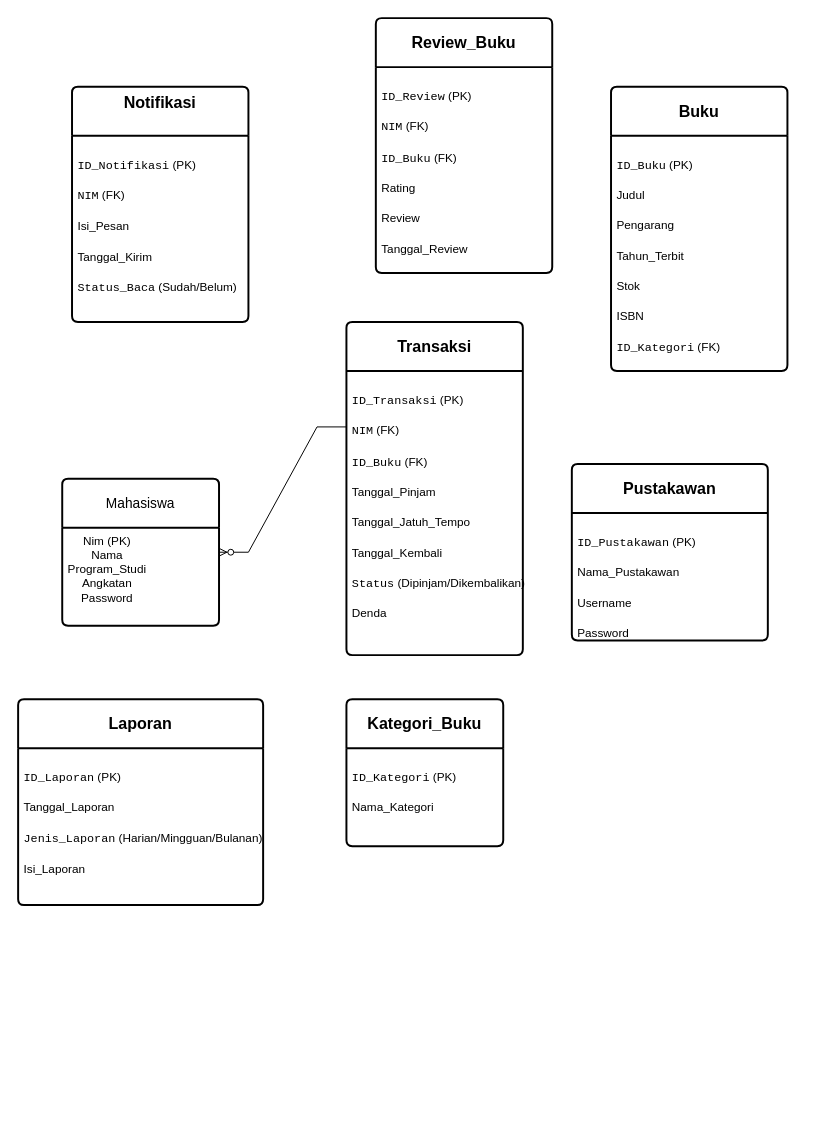
Before: Untitled Diagram.drawio in YayangSahidan/yayangsahidan, a draw.io diagram. Source tidied: cells renumbered, new cells numbered last; positions are measured from the earlier drawing's top-left corner, leaving out a move shared by most shapes. Both pictures are drawn from the tidied source at 98%, with x=0, y=0 at pixel (18, 18).
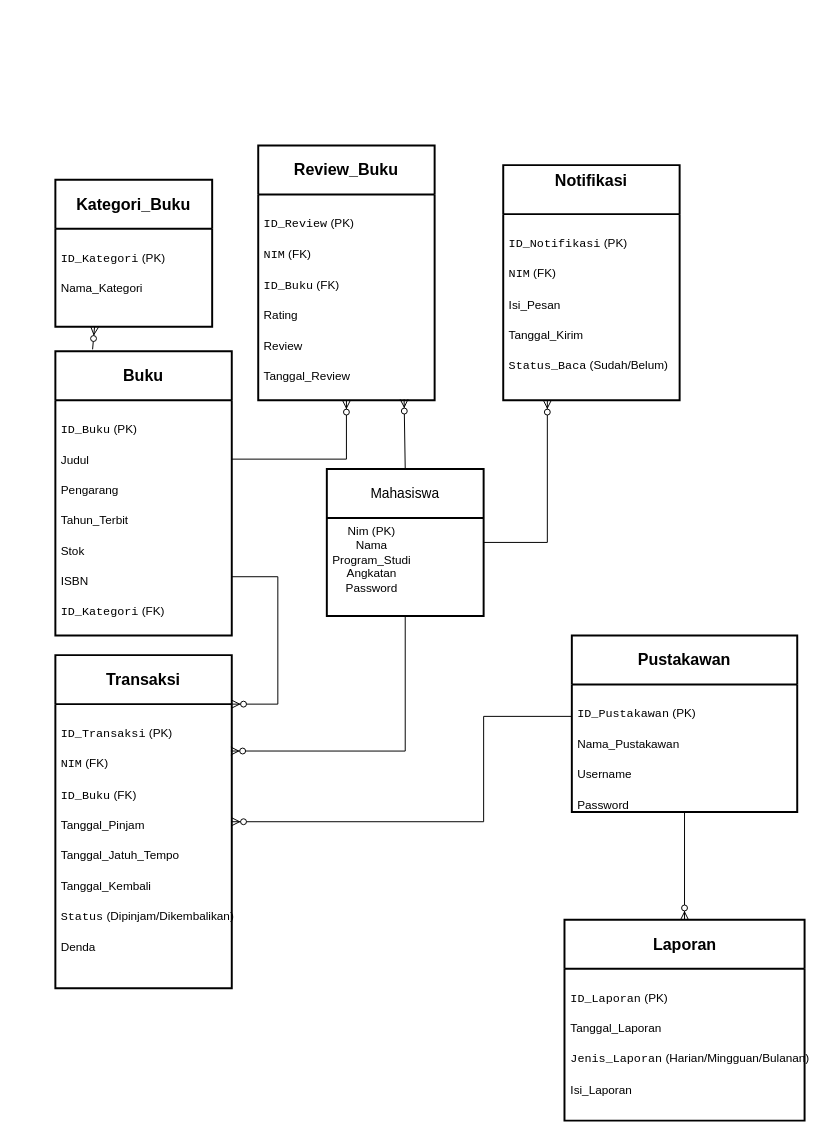
Above is the later version.

Commit message:
tugas RPL ERD.drawio

The change refers to these unchanged cells:
```xml
<mxCell id="3" value="&lt;div style=&quot;text-align: center;&quot;&gt;&lt;span style=&quot;text-align: start;&quot;&gt;Nim (PK)&lt;/span&gt;&lt;/div&gt;&lt;div style=&quot;text-align: center;&quot;&gt;&lt;span style=&quot;text-align: start;&quot;&gt;Nama&lt;/span&gt;&lt;/div&gt;&lt;div style=&quot;text-align: center;&quot;&gt;&lt;span style=&quot;text-align: start;&quot;&gt;Program_Studi&lt;/span&gt;&lt;/div&gt;&lt;div style=&quot;text-align: center;&quot;&gt;&lt;span style=&quot;text-align: start;&quot;&gt;Angkatan&lt;/span&gt;&lt;/div&gt;&lt;div style=&quot;text-align: center;&quot;&gt;&lt;span style=&quot;text-align: start;&quot;&gt;Password&lt;/span&gt;&lt;/div&gt;" style="align=left;strokeColor=none;fillColor=none;spacingLeft=4;spacingRight=4;fontSize=12;verticalAlign=top;html=1;whiteSpace=wrap;" parent="2" vertex="1">
  <mxGeometry y="50" width="160" height="100" as="geometry" />
</mxCell>
<mxCell id="7" value="&lt;div style=&quot;text-align: center;&quot;&gt;&lt;h3 style=&quot;text-align: start;&quot; class=&quot;&quot;&gt;&lt;code style=&quot;font-size: 12px; font-weight: normal;&quot;&gt;ID_Transaksi&lt;/code&gt;&lt;span style=&quot;font-size: 12px; font-weight: normal;&quot;&gt;&amp;nbsp;(PK)&lt;/span&gt;&lt;br&gt;&lt;/h3&gt;&lt;h3 style=&quot;text-align: start;&quot; class=&quot;&quot;&gt;&lt;code style=&quot;font-size: 12px; font-weight: normal;&quot;&gt;NIM&lt;/code&gt;&lt;span style=&quot;font-size: 12px; font-weight: normal;&quot;&gt;&amp;nbsp;(FK)&lt;/span&gt;&lt;/h3&gt;&lt;h3 style=&quot;text-align: start;&quot; class=&quot;&quot;&gt;&lt;code style=&quot;font-size: 12px; font-weight: normal;&quot;&gt;ID_Buku&lt;/code&gt;&lt;span style=&quot;font-size: 12px; font-weight: normal;&quot;&gt;&amp;nbsp;(FK)&lt;/span&gt;&lt;/h3&gt;&lt;h3 style=&quot;text-align: start;&quot; class=&quot;&quot;&gt;&lt;span style=&quot;font-size: 12px; font-weight: normal;&quot;&gt;Tanggal_Pinjam&lt;/span&gt;&lt;/h3&gt;&lt;h3 style=&quot;text-align: start;&quot; class=&quot;&quot;&gt;&lt;span style=&quot;font-size: 12px; font-weight: normal;&quot;&gt;Tanggal_Jatuh_Tempo&lt;/span&gt;&lt;/h3&gt;&lt;h3 style=&quot;text-align: start;&quot; class=&quot;&quot;&gt;&lt;span style=&quot;font-size: 12px; font-weight: normal;&quot;&gt;Tanggal_Kembali&lt;/span&gt;&lt;/h3&gt;&lt;h3 style=&quot;text-align: start;&quot; class=&quot;&quot;&gt;&lt;code style=&quot;font-size: 12px; font-weight: normal;&quot;&gt;Status&lt;/code&gt;&lt;span style=&quot;font-size: 12px; font-weight: normal;&quot;&gt;&amp;nbsp;(Dipinjam/Dikembalikan)&lt;/span&gt;&lt;/h3&gt;&lt;h3 style=&quot;text-align: start;&quot; class=&quot;&quot;&gt;&lt;span style=&quot;font-size: 12px; font-weight: normal;&quot;&gt;Denda&lt;/span&gt;&lt;/h3&gt;&lt;/div&gt;" style="align=left;strokeColor=none;fillColor=none;spacingLeft=4;spacingRight=4;fontSize=12;verticalAlign=top;html=1;whiteSpace=wrap;" parent="6" vertex="1">
  <mxGeometry y="50" width="180" height="290" as="geometry" />
</mxCell>
<mxCell id="11" value="&lt;div style=&quot;text-align: center;&quot;&gt;&lt;h3 style=&quot;text-align: start;&quot; class=&quot;&quot;&gt;&lt;code style=&quot;font-weight: 400; font-size: 12px;&quot;&gt;ID_Review&lt;/code&gt;&lt;span style=&quot;font-weight: 400; font-size: 12px;&quot;&gt;&amp;nbsp;&lt;/span&gt;&lt;span style=&quot;font-weight: 400; font-size: 12px;&quot;&gt;(PK)&lt;/span&gt;&lt;br&gt;&lt;/h3&gt;&lt;h3 style=&quot;text-align: start;&quot; class=&quot;&quot;&gt;&lt;code style=&quot;font-weight: 400; font-size: 12px;&quot;&gt;NIM&lt;/code&gt;&lt;span style=&quot;font-weight: 400; font-size: 12px;&quot;&gt;&amp;nbsp;&lt;/span&gt;&lt;span style=&quot;font-weight: 400; font-size: 12px;&quot;&gt;(FK)&lt;/span&gt;&lt;/h3&gt;&lt;h3 style=&quot;text-align: start;&quot; class=&quot;&quot;&gt;&lt;code style=&quot;font-weight: 400; font-size: 12px;&quot;&gt;ID_Buku&lt;/code&gt;&lt;span style=&quot;font-weight: 400; font-size: 12px;&quot;&gt;&amp;nbsp;&lt;/span&gt;&lt;span style=&quot;font-weight: 400; font-size: 12px;&quot;&gt;(FK)&lt;/span&gt;&lt;/h3&gt;&lt;h3 style=&quot;text-align: start;&quot; class=&quot;&quot;&gt;&lt;span style=&quot;font-weight: 400; font-size: 12px;&quot;&gt;Rating&lt;/span&gt;&lt;/h3&gt;&lt;h3 style=&quot;text-align: start;&quot; class=&quot;&quot;&gt;&lt;span style=&quot;font-weight: 400; font-size: 12px;&quot;&gt;Review&lt;/span&gt;&lt;/h3&gt;&lt;h3 style=&quot;text-align: start;&quot; class=&quot;&quot;&gt;&lt;span style=&quot;font-weight: 400; font-size: 12px;&quot;&gt;Tanggal_Review&lt;/span&gt;&lt;/h3&gt;&lt;/div&gt;" style="align=left;strokeColor=none;fillColor=none;spacingLeft=4;spacingRight=4;fontSize=12;verticalAlign=top;html=1;whiteSpace=wrap;" parent="10" vertex="1">
  <mxGeometry y="50" width="180" height="210" as="geometry" />
</mxCell>
<mxCell id="13" value="&lt;div style=&quot;text-align: center;&quot;&gt;&lt;h3 style=&quot;text-align: start;&quot; class=&quot;&quot;&gt;&lt;code style=&quot;font-size: 12px; font-weight: normal;&quot;&gt;ID_Buku&lt;/code&gt;&lt;span style=&quot;font-size: 12px; font-weight: normal;&quot;&gt;&amp;nbsp;&lt;/span&gt;&lt;span style=&quot;font-size: 12px; font-weight: normal;&quot;&gt;(PK)&lt;/span&gt;&lt;/h3&gt;&lt;h3 style=&quot;text-align: start;&quot; class=&quot;&quot;&gt;&lt;span style=&quot;font-size: 12px; font-weight: normal;&quot;&gt;Judul&lt;/span&gt;&lt;/h3&gt;&lt;h3 style=&quot;text-align: start;&quot; class=&quot;&quot;&gt;&lt;span style=&quot;font-size: 12px; font-weight: normal;&quot;&gt;Pengarang&lt;/span&gt;&lt;/h3&gt;&lt;h3 style=&quot;text-align: start;&quot; class=&quot;&quot;&gt;&lt;span style=&quot;font-size: 12px; font-weight: normal;&quot;&gt;Tahun_Terbit&lt;/span&gt;&lt;/h3&gt;&lt;h3 style=&quot;text-align: start;&quot; class=&quot;&quot;&gt;&lt;span style=&quot;font-size: 12px; font-weight: normal;&quot;&gt;Stok&lt;/span&gt;&lt;/h3&gt;&lt;h3 style=&quot;text-align: start;&quot; class=&quot;&quot;&gt;&lt;span style=&quot;font-size: 12px; font-weight: normal;&quot;&gt;ISBN&lt;/span&gt;&lt;/h3&gt;&lt;h3 style=&quot;text-align: start;&quot; class=&quot;&quot;&gt;&lt;code style=&quot;font-size: 12px; font-weight: normal;&quot;&gt;ID_Kategori&lt;/code&gt;&lt;span style=&quot;font-size: 12px; font-weight: normal;&quot;&gt;&amp;nbsp;(FK)&lt;/span&gt;&lt;/h3&gt;&lt;/div&gt;" style="align=left;strokeColor=none;fillColor=none;spacingLeft=4;spacingRight=4;fontSize=12;verticalAlign=top;html=1;whiteSpace=wrap;" parent="12" vertex="1">
  <mxGeometry y="50" width="180" height="240" as="geometry" />
</mxCell>
```

Change to the diagram source:
```diff
@@
-    <mxCell id="2" value="Mahasiswa" style="swimlane;horizontal=1;startSize=50;rounded=1;fontSize=14;fontStyle=0;strokeWidth=2;shadow=0;dashed=0;align=center;arcSize=4;whiteSpace=wrap;html=1;" parent="1" vertex="1">
-      <mxGeometry x="45" y="470" width="160" height="150" as="geometry" />
+    <mxCell id="2" value="Mahasiswa" style="swimlane;horizontal=1;startSize=50;rounded=1;fontSize=14;fontStyle=0;strokeWidth=2;shadow=0;dashed=0;align=center;arcSize=0;whiteSpace=wrap;html=1;" parent="1" vertex="1">
+      <mxGeometry x="315" y="460" width="160" height="150" as="geometry" />
     </mxCell>
@@
-    <mxCell id="4" value="&lt;h3 style=&quot;text-align: start;&quot; class=&quot;&quot;&gt;&lt;strong&gt;Notifikasi&lt;/strong&gt;&lt;/h3&gt;&lt;div&gt;&lt;strong&gt;&lt;br&gt;&lt;/strong&gt;&lt;/div&gt;" style="swimlane;horizontal=1;startSize=50;rounded=1;fontSize=14;fontStyle=0;strokeWidth=2;shadow=0;dashed=0;align=center;arcSize=4;whiteSpace=wrap;html=1;" parent="1" vertex="1">
-      <mxGeometry x="55" y="70" width="180" height="240" as="geometry" />
+    <mxCell id="4" value="&lt;h3 style=&quot;text-align: start;&quot; class=&quot;&quot;&gt;&lt;strong&gt;Notifikasi&lt;/strong&gt;&lt;/h3&gt;&lt;div&gt;&lt;strong&gt;&lt;br&gt;&lt;/strong&gt;&lt;/div&gt;" style="swimlane;horizontal=1;startSize=50;rounded=1;fontSize=14;fontStyle=0;strokeWidth=2;shadow=0;dashed=0;align=center;arcSize=0;whiteSpace=wrap;html=1;" parent="1" vertex="1">
+      <mxGeometry x="495" y="150" width="180" height="240" as="geometry" />
     </mxCell>
@@
-    <mxCell id="6" value="&lt;h3 style=&quot;text-align: start;&quot; class=&quot;&quot;&gt;&lt;strong&gt;Transaksi&lt;/strong&gt;&lt;/h3&gt;" style="swimlane;horizontal=1;startSize=50;rounded=1;fontSize=14;fontStyle=0;strokeWidth=2;shadow=0;dashed=0;align=center;arcSize=4;whiteSpace=wrap;html=1;" parent="1" vertex="1">
-      <mxGeometry x="335" y="310" width="180" height="340" as="geometry" />
+    <mxCell id="6" value="&lt;h3 style=&quot;text-align: start;&quot; class=&quot;&quot;&gt;&lt;strong&gt;Transaksi&lt;/strong&gt;&lt;/h3&gt;" style="swimlane;horizontal=1;startSize=50;rounded=1;fontSize=14;fontStyle=0;strokeWidth=2;shadow=0;dashed=0;align=center;arcSize=0;whiteSpace=wrap;html=1;" parent="1" vertex="1">
+      <mxGeometry x="38" y="650" width="180" height="340" as="geometry" />
     </mxCell>
@@
-    <mxCell id="8" value="&lt;h3 style=&quot;text-align: start;&quot; class=&quot;&quot;&gt;&lt;strong&gt;Kategori_Buku&lt;/strong&gt;&lt;/h3&gt;" style="swimlane;horizontal=1;startSize=50;rounded=1;fontSize=14;fontStyle=0;strokeWidth=2;shadow=0;dashed=0;align=center;arcSize=4;whiteSpace=wrap;html=1;" parent="1" vertex="1">
-      <mxGeometry x="335" y="695" width="160" height="150" as="geometry" />
+    <mxCell id="8" value="&lt;h3 style=&quot;text-align: start;&quot; class=&quot;&quot;&gt;&lt;strong&gt;Kategori_Buku&lt;/strong&gt;&lt;/h3&gt;" style="swimlane;horizontal=1;startSize=50;rounded=1;fontSize=14;fontStyle=0;strokeWidth=2;shadow=0;dashed=0;align=center;arcSize=0;whiteSpace=wrap;html=1;" parent="1" vertex="1">
+      <mxGeometry x="38" y="165" width="160" height="150" as="geometry" />
     </mxCell>
@@
-    <mxCell id="10" value="&lt;h3 style=&quot;text-align: start;&quot; class=&quot;&quot;&gt;&lt;strong&gt;Review_Buku&lt;/strong&gt;&lt;/h3&gt;" style="swimlane;horizontal=1;startSize=50;rounded=1;fontSize=14;fontStyle=0;strokeWidth=2;shadow=0;dashed=0;align=center;arcSize=4;whiteSpace=wrap;html=1;" parent="1" vertex="1">
-      <mxGeometry x="365" width="180" height="260" as="geometry" />
+    <mxCell id="10" value="&lt;h3 style=&quot;text-align: start;&quot; class=&quot;&quot;&gt;&lt;strong&gt;Review_Buku&lt;/strong&gt;&lt;/h3&gt;" style="swimlane;horizontal=1;startSize=50;rounded=1;fontSize=14;fontStyle=0;strokeWidth=2;shadow=0;dashed=0;align=center;arcSize=0;whiteSpace=wrap;html=1;" parent="1" vertex="1">
+      <mxGeometry x="245" y="130" width="180" height="260" as="geometry" />
     </mxCell>
@@
-    <mxCell id="12" value="&lt;h3 style=&quot;text-align: start;&quot; class=&quot;&quot;&gt;&lt;strong&gt;Buku&lt;/strong&gt;&lt;/h3&gt;" style="swimlane;horizontal=1;startSize=50;rounded=1;fontSize=14;fontStyle=0;strokeWidth=2;shadow=0;dashed=0;align=center;arcSize=4;whiteSpace=wrap;html=1;" parent="1" vertex="1">
-      <mxGeometry x="605" y="70" width="180" height="290" as="geometry" />
+    <mxCell id="12" value="&lt;h3 style=&quot;text-align: start;&quot; class=&quot;&quot;&gt;&lt;strong&gt;Buku&lt;/strong&gt;&lt;/h3&gt;" style="swimlane;horizontal=1;startSize=50;rounded=1;fontSize=14;fontStyle=0;strokeWidth=2;shadow=0;dashed=0;align=center;arcSize=0;whiteSpace=wrap;html=1;" parent="1" vertex="1">
+      <mxGeometry x="38" y="340" width="180" height="290" as="geometry" />
     </mxCell>
@@
-    <mxCell id="14" value="&lt;h3 style=&quot;text-align: start;&quot; class=&quot;&quot;&gt;&lt;strong&gt;Pustakawan&lt;/strong&gt;&lt;/h3&gt;" style="swimlane;horizontal=1;startSize=50;rounded=1;fontSize=14;fontStyle=0;strokeWidth=2;shadow=0;dashed=0;align=center;arcSize=4;whiteSpace=wrap;html=1;" parent="1" vertex="1">
-      <mxGeometry x="565" y="455" width="200" height="180" as="geometry" />
+    <mxCell id="14" value="&lt;h3 style=&quot;text-align: start;&quot; class=&quot;&quot;&gt;&lt;strong&gt;Pustakawan&lt;/strong&gt;&lt;/h3&gt;" style="swimlane;horizontal=1;startSize=50;rounded=1;fontSize=14;fontStyle=0;strokeWidth=2;shadow=0;dashed=0;align=center;arcSize=0;whiteSpace=wrap;html=1;" parent="1" vertex="1">
+      <mxGeometry x="565" y="630" width="230" height="180" as="geometry" />
     </mxCell>
     <mxCell id="15" value="&lt;div style=&quot;text-align: center;&quot;&gt;&lt;h3 style=&quot;text-align: start;&quot; class=&quot;&quot;&gt;&lt;code style=&quot;font-size: 12px; font-weight: normal;&quot;&gt;ID_Pustakawan&lt;/code&gt;&lt;span style=&quot;font-size: 12px; font-weight: normal;&quot;&gt;&amp;nbsp;(PK)&lt;/span&gt;&lt;br&gt;&lt;/h3&gt;&lt;h3 style=&quot;text-align: start;&quot; class=&quot;&quot;&gt;&lt;span style=&quot;font-size: 12px; font-weight: normal;&quot;&gt;Nama_Pustakawan&lt;/span&gt;&lt;/h3&gt;&lt;h3 style=&quot;text-align: start;&quot; class=&quot;&quot;&gt;&lt;span style=&quot;font-size: 12px; font-weight: normal;&quot;&gt;Username&lt;/span&gt;&lt;/h3&gt;&lt;h3 style=&quot;text-align: start;&quot; class=&quot;&quot;&gt;&lt;span style=&quot;font-size: 12px; font-weight: normal;&quot;&gt;Password&lt;/span&gt;&lt;/h3&gt;&lt;/div&gt;" style="align=left;strokeColor=none;fillColor=none;spacingLeft=4;spacingRight=4;fontSize=12;verticalAlign=top;html=1;whiteSpace=wrap;" parent="14" vertex="1">
-      <mxGeometry y="50" width="200" height="130" as="geometry" />
+      <mxGeometry y="50" width="230" height="130" as="geometry" />
     </mxCell>
-    <mxCell id="16" value="&lt;h3 style=&quot;text-align: start;&quot; class=&quot;&quot;&gt;&lt;strong&gt;Laporan&lt;/strong&gt;&lt;/h3&gt;" style="swimlane;horizontal=1;startSize=50;rounded=1;fontSize=14;fontStyle=0;strokeWidth=2;shadow=0;dashed=0;align=center;arcSize=4;whiteSpace=wrap;html=1;" parent="1" vertex="1">
-      <mxGeometry y="695" width="250" height="210" as="geometry" />
+    <mxCell id="16" value="&lt;h3 style=&quot;text-align: start;&quot; class=&quot;&quot;&gt;&lt;strong&gt;Laporan&lt;/strong&gt;&lt;/h3&gt;" style="swimlane;horizontal=1;startSize=50;rounded=1;fontSize=14;fontStyle=0;strokeWidth=2;shadow=0;dashed=0;align=center;arcSize=0;whiteSpace=wrap;html=1;" parent="1" vertex="1">
+      <mxGeometry x="557.5" y="920" width="245" height="205" as="geometry" />
     </mxCell>
     <mxCell id="17" value="&lt;div style=&quot;text-align: center;&quot;&gt;&lt;h3 style=&quot;text-align: start;&quot; class=&quot;&quot;&gt;&lt;code style=&quot;font-weight: 400; font-size: 12px;&quot;&gt;ID_Laporan&lt;/code&gt;&lt;span style=&quot;font-weight: 400; font-size: 12px;&quot;&gt;&amp;nbsp;&lt;/span&gt;&lt;span style=&quot;font-weight: 400; font-size: 12px;&quot;&gt;(PK)&lt;/span&gt;&lt;br&gt;&lt;/h3&gt;&lt;h3 style=&quot;text-align: start;&quot; class=&quot;&quot;&gt;&lt;span style=&quot;font-weight: 400; font-size: 12px;&quot;&gt;Tanggal_Laporan&lt;/span&gt;&lt;/h3&gt;&lt;h3 style=&quot;text-align: start;&quot; class=&quot;&quot;&gt;&lt;code style=&quot;font-weight: 400; font-size: 12px;&quot;&gt;Jenis_Laporan&lt;/code&gt;&lt;span style=&quot;font-weight: 400; font-size: 12px;&quot;&gt;&amp;nbsp;&lt;/span&gt;&lt;span style=&quot;font-weight: 400; font-size: 12px;&quot;&gt;(Harian/Mingguan/Bulanan)&lt;/span&gt;&lt;/h3&gt;&lt;h3 style=&quot;text-align: start;&quot; class=&quot;&quot;&gt;&lt;span style=&quot;font-weight: 400; font-size: 12px;&quot;&gt;Isi_Laporan&lt;/span&gt;&lt;/h3&gt;&lt;/div&gt;" style="align=left;strokeColor=none;fillColor=none;spacingLeft=4;spacingRight=4;fontSize=12;verticalAlign=top;html=1;whiteSpace=wrap;" parent="16" vertex="1">
-      <mxGeometry y="50" width="250" height="160" as="geometry" />
+      <mxGeometry y="50" width="245" height="155" as="geometry" />
     </mxCell>
-    <mxCell id="18" style="edgeStyle=entityRelationEdgeStyle;fontSize=12;html=1;endArrow=ERzeroToMany;endFill=1;rounded=0;entryX=1;entryY=0.25;entryDx=0;entryDy=0;exitX=0;exitY=0.197;exitDx=0;exitDy=0;exitPerimeter=0;" parent="1" edge="1" source="7" target="3">
-      <mxGeometry relative="1" as="geometry" />
-    </mxCell>
+    <mxCell id="19" style="edgeStyle=orthogonalEdgeStyle;fontSize=12;html=1;endArrow=ERzeroToMany;endFill=1;rounded=0;entryX=0.995;entryY=0.165;entryDx=0;entryDy=0;entryPerimeter=0;exitX=0.5;exitY=1;exitDx=0;exitDy=0;" parent="1" edge="1" source="3" target="7">
+      <mxGeometry relative="1" as="geometry" />
+    </mxCell>
+    <mxCell id="20" style="fontSize=12;html=1;endArrow=ERzeroToMany;endFill=1;rounded=0;entryX=0.25;entryY=1;entryDx=0;entryDy=0;exitX=0.211;exitY=-0.007;exitDx=0;exitDy=0;exitPerimeter=0;" parent="1" edge="1" source="12" target="8">
+      <mxGeometry relative="1" as="geometry" />
+    </mxCell>
+    <mxCell id="21" style="fontSize=12;html=1;endArrow=ERzeroToMany;endFill=1;rounded=0;entryX=0.5;entryY=1;entryDx=0;entryDy=0;exitX=1;exitY=0.25;exitDx=0;exitDy=0;edgeStyle=orthogonalEdgeStyle;" parent="1" edge="1" source="13" target="10">
+      <mxGeometry relative="1" as="geometry" />
+    </mxCell>
+    <mxCell id="22" style="fontSize=12;html=1;endArrow=ERzeroToMany;endFill=1;rounded=0;entryX=0.827;entryY=0.995;entryDx=0;entryDy=0;exitX=0.5;exitY=0;exitDx=0;exitDy=0;entryPerimeter=0;" parent="1" edge="1" source="2" target="11">
+      <mxGeometry relative="1" as="geometry" />
+    </mxCell>
+    <mxCell id="23" style="fontSize=12;html=1;endArrow=ERzeroToMany;endFill=1;rounded=0;edgeStyle=orthogonalEdgeStyle;entryX=0.25;entryY=1;entryDx=0;entryDy=0;exitX=1;exitY=0.5;exitDx=0;exitDy=0;" parent="1" edge="1" source="2" target="4">
+      <mxGeometry relative="1" as="geometry" />
+    </mxCell>
+    <mxCell id="24" style="edgeStyle=orthogonalEdgeStyle;fontSize=12;html=1;endArrow=ERzeroToMany;endFill=1;rounded=0;entryX=1;entryY=0;entryDx=0;entryDy=0;exitX=1;exitY=0.75;exitDx=0;exitDy=0;" parent="1" edge="1" source="13" target="7">
+      <mxGeometry relative="1" as="geometry">
+        <Array as="points">
+          <mxPoint x="265" y="570" />
+          <mxPoint x="265" y="700" />
+        </Array>
+      </mxGeometry>
+    </mxCell>
+    <mxCell id="25" style="fontSize=12;html=1;endArrow=ERzeroToMany;endFill=1;rounded=0;exitX=0.5;exitY=1;exitDx=0;exitDy=0;entryX=0.5;entryY=0;entryDx=0;entryDy=0;" parent="1" edge="1" source="15" target="16">
+      <mxGeometry relative="1" as="geometry" />
+    </mxCell>
+    <mxCell id="26" style="fontSize=12;html=1;endArrow=ERzeroToMany;endFill=1;rounded=0;exitX=0;exitY=0.25;exitDx=0;exitDy=0;entryX=1;entryY=0.5;entryDx=0;entryDy=0;edgeStyle=orthogonalEdgeStyle;" parent="1" edge="1" source="15" target="6">
+      <mxGeometry relative="1" as="geometry">
+        <Array as="points">
+          <mxPoint x="475" y="713" />
+          <mxPoint x="475" y="820" />
+        </Array>
+      </mxGeometry>
+    </mxCell>
```
